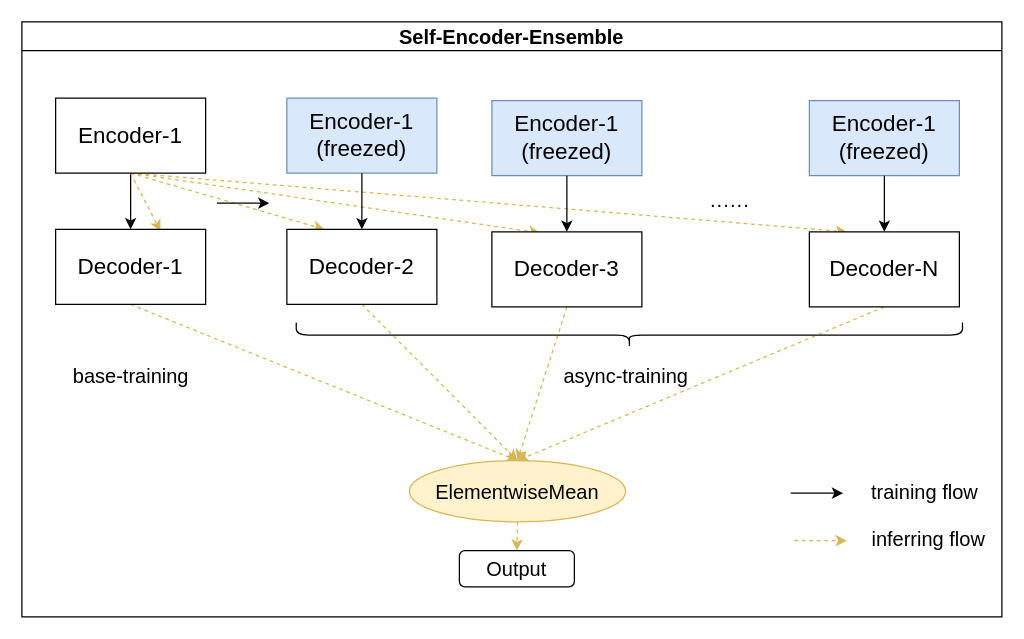
Earlier version of the draw.io diagram naic21.ae.ensemble.drawio (Wu-Xiang123/Hello-GItHub). Source tidied: cells renumbered, new cells numbered last; positions are measured from the earlier drawing's top-left corner, leaving out a move shared by most shapes. Both pictures are drawn from the tidied source at 125%, with x=0, y=0 at pixel (21, 1).
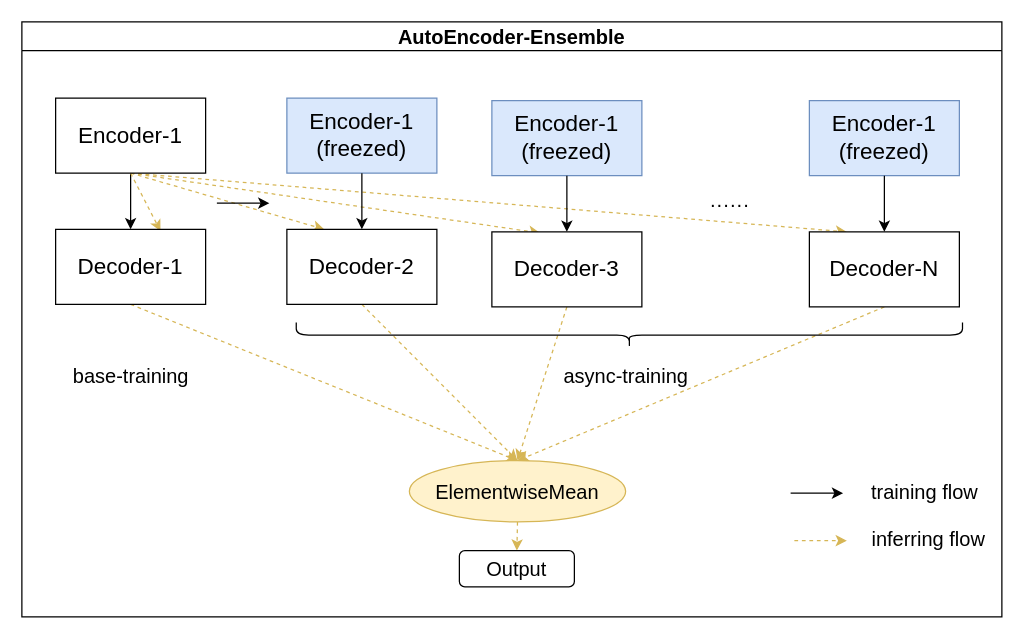
The same diagram, later.

What changed in the source:
```diff
@@
-    <mxCell id="2" value="Self-Encoder-Ensemble" style="swimlane;fontSize=16;" parent="1" vertex="1">
+    <mxCell id="2" value="AutoEncoder-Ensemble" style="swimlane;fontSize=16;" parent="1" vertex="1">
       <mxGeometry y="16" width="784" height="476" as="geometry" />
     </mxCell>
```
